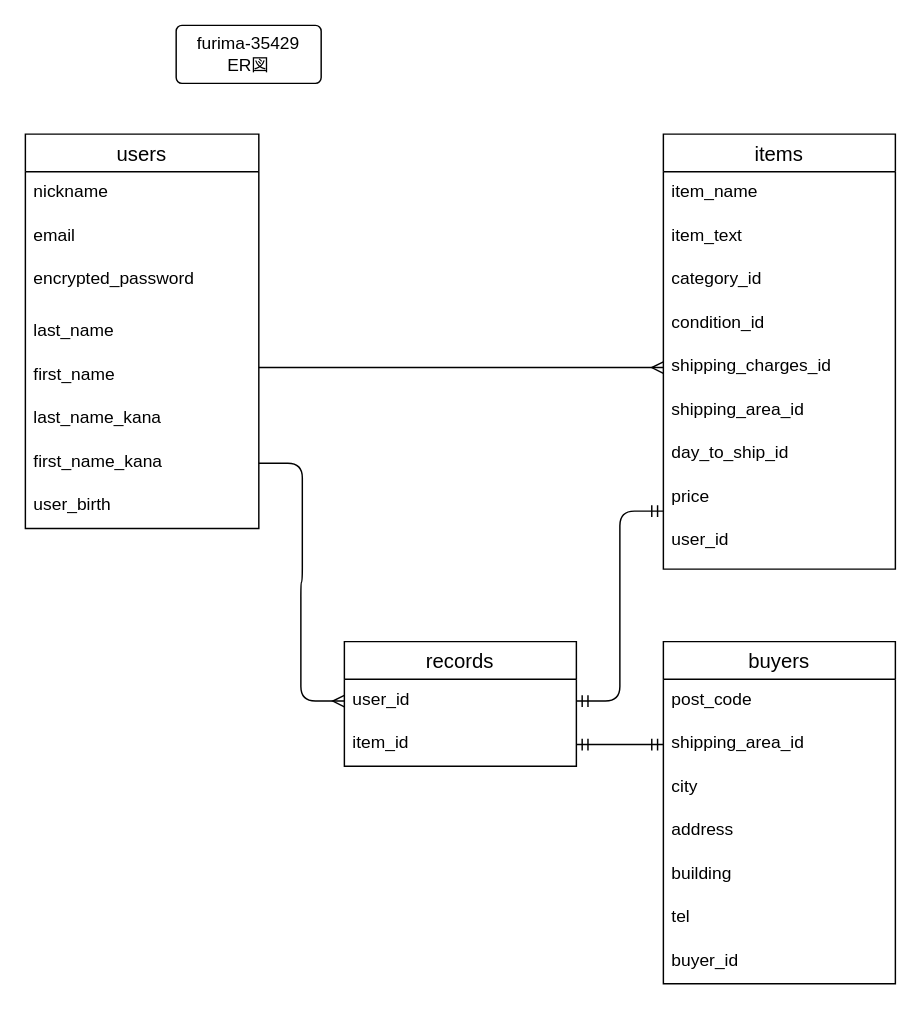
YoheiEguchi/furima-35429 keeps this draw.io diagram as furima.dio. Above is the earlier version. Source tidied: cells renumbered, new cells numbered last; positions are measured from the earlier drawing's top-left corner, leaving out a move shared by most shapes. Both pictures are drawn from the tidied source at 145%, with x=0, y=0 at pixel (25, 25).
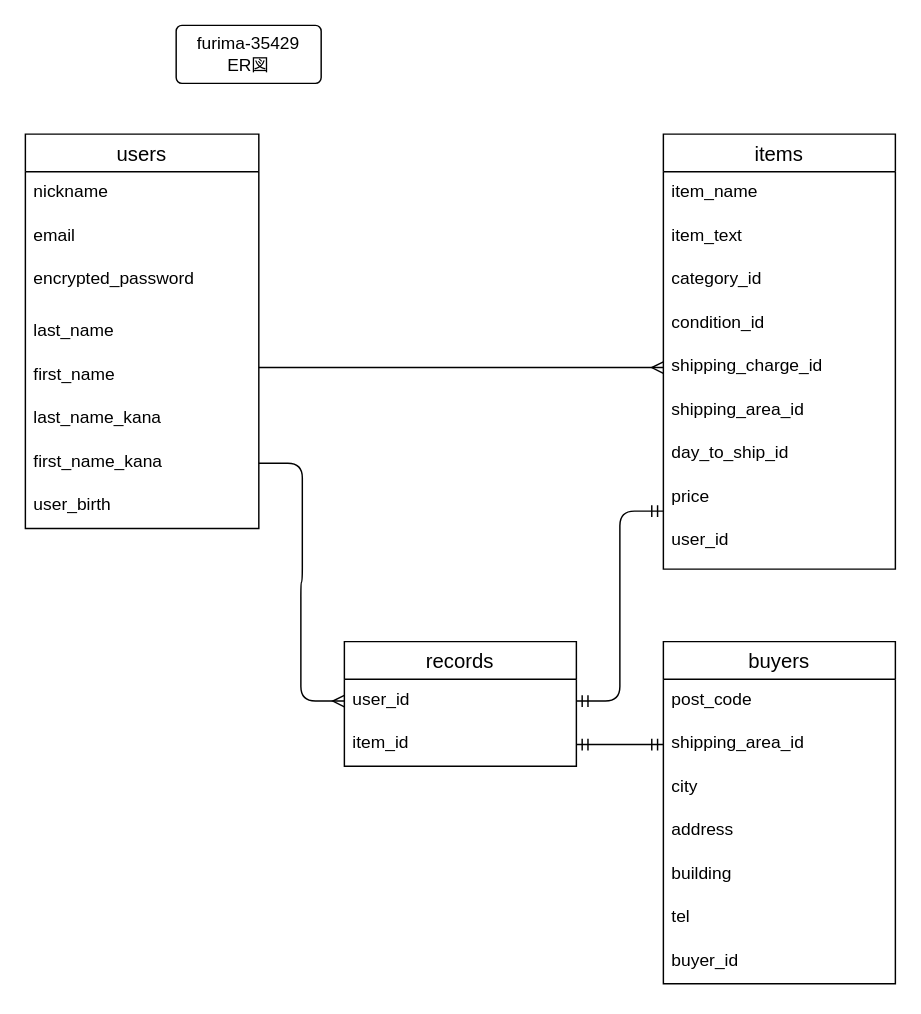
Above is the later version.

Unchanged cells that the change refers to:
```xml
<mxCell id="13" value="items" style="swimlane;fontStyle=0;horizontal=1;startSize=26;align=center;fontSize=14;" parent="1" vertex="1">
  <mxGeometry x="440" y="75" width="160" height="300" as="geometry" />
</mxCell>
```

The edit, as a diff of the source:
```diff
@@
-    <mxCell id="18" value="shipping_charges_id" style="text;strokeColor=none;fillColor=none;spacingLeft=4;spacingRight=4;overflow=hidden;points=[[0,0.5],[1,0.5]];portConstraint=eastwest;fontSize=12;" parent="13" vertex="1">
+    <mxCell id="18" value="shipping_charge_id" style="text;strokeColor=none;fillColor=none;spacingLeft=4;spacingRight=4;overflow=hidden;points=[[0,0.5],[1,0.5]];portConstraint=eastwest;fontSize=12;" parent="13" vertex="1">
       <mxGeometry y="146" width="160" height="30" as="geometry" />
     </mxCell>
```
